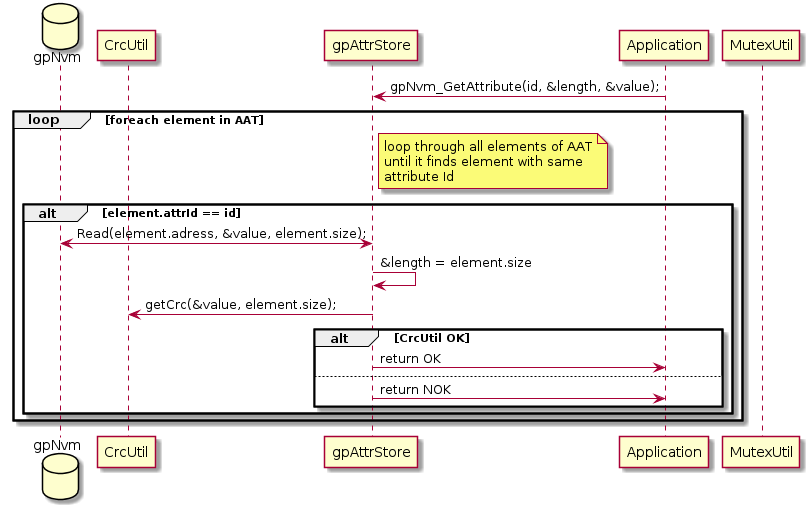
kevinwong1983/AttributeAllocationTable keeps this PlantUML diagram as doc/gpNvm_GetAttribute.png. Above is the earlier version.
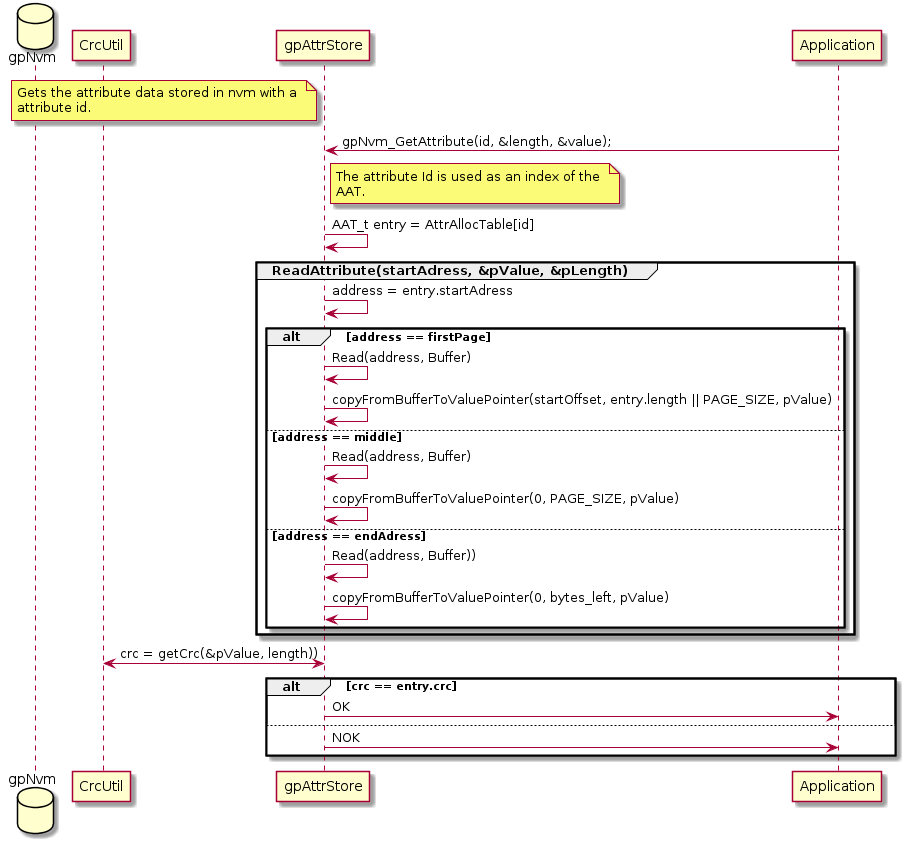
After the change.

The edit, as a diff of the source:
```diff
@@ -1,27 +1,37 @@
 @startuml gpNvm_GetAttribute
+note left of gpAttrStore
+	Gets the attribute data stored in nvm with a
+	attribute id.
+end note
 
 database gpNvm
 participant CrcUtil
 participant gpAttrStore
 participant Application
-participant MutexUtil
 
 Application -> gpAttrStore : gpNvm_GetAttribute(id, &length, &value);
-	loop foreach element in AAT
-	 	note right of gpAttrStore
-		loop through all elements of AAT
-		until it finds element with same
-		attribute Id
-		end note
-		alt element.attrId == id
-			gpAttrStore <-> gpNvm: Read(element.adress, &value, element.size);
-			gpAttrStore <-> gpAttrStore: &length = element.size
-			gpAttrStore -> CrcUtil : getCrc(&value, element.size);
-			alt CrcUtil OK
-				gpAttrStore -> Application : return OK
-			else
-				gpAttrStore -> Application : return NOK
-			end
+ 	note right of gpAttrStore
+		The attribute Id is used as an index of the
+		AAT.
+	end note
+	gpAttrStore -> gpAttrStore : AAT_t entry = AttrAllocTable[id]
+	group ReadAttribute(startAdress, &pValue, &pLength)
+		gpAttrStore -> gpAttrStore: address = entry.startAdress
+		alt address == firstPage
+			gpAttrStore -> gpAttrStore: Read(address, Buffer)
+			gpAttrStore -> gpAttrStore: copyFromBufferToValuePointer(startOffset, entry.length || PAGE_SIZE, pValue)
+		else address == middle
+			gpAttrStore -> gpAttrStore:  Read(address, Buffer)
+			gpAttrStore -> gpAttrStore: copyFromBufferToValuePointer(0, PAGE_SIZE, pValue)
+		else address == endAdress
+			gpAttrStore -> gpAttrStore: Read(address, Buffer))
+			gpAttrStore -> gpAttrStore: copyFromBufferToValuePointer(0, bytes_left, pValue)
 		end
 	end
+	gpAttrStore <-> CrcUtil: crc = getCrc(&pValue, length))
+	alt crc == entry.crc
+		gpAttrStore -> Application: OK
+	else
+		gpAttrStore -> Application: NOK
+	end
 @enduml
```
